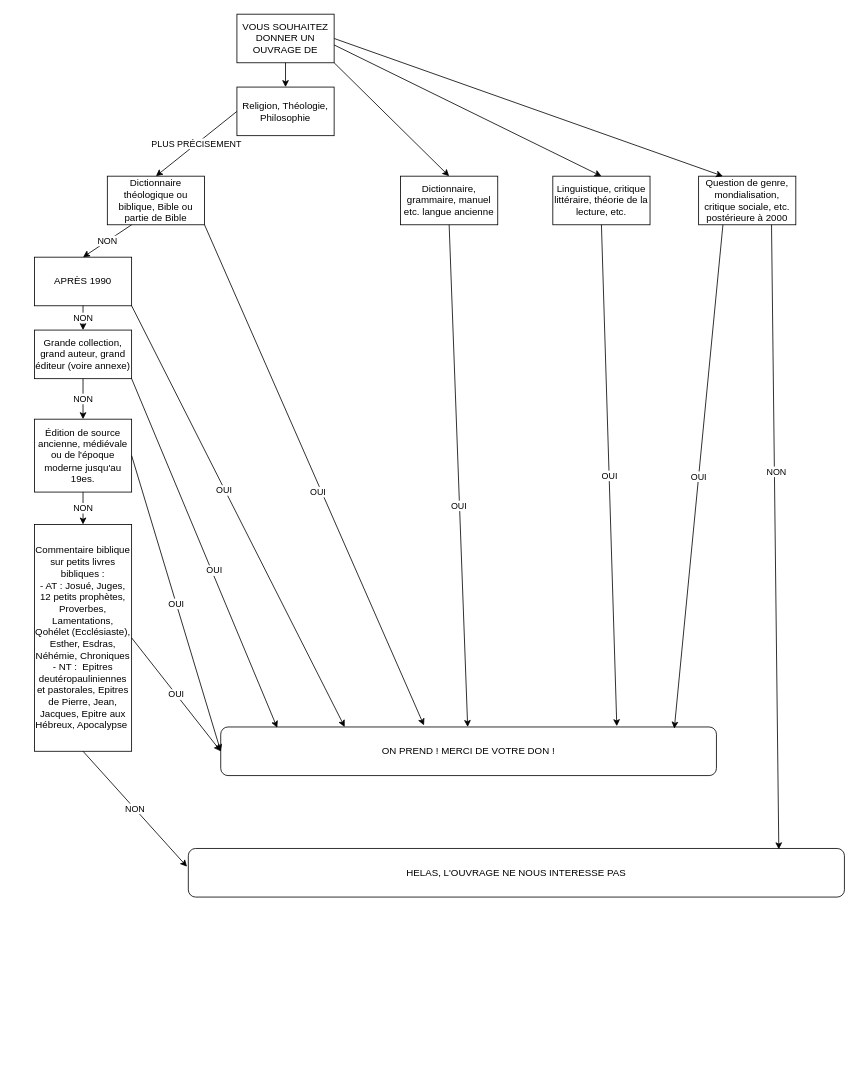
CLCFrancophone/guide_don keeps this draw.io diagram as diagramme.drawio. Above is the earlier version. Source tidied: cells renumbered, new cells numbered last; positions are measured from the earlier drawing's top-left corner, leaving out a move shared by most shapes. Both pictures are drawn from the tidied source at 81%, with x=0, y=0 at pixel (34, 14).
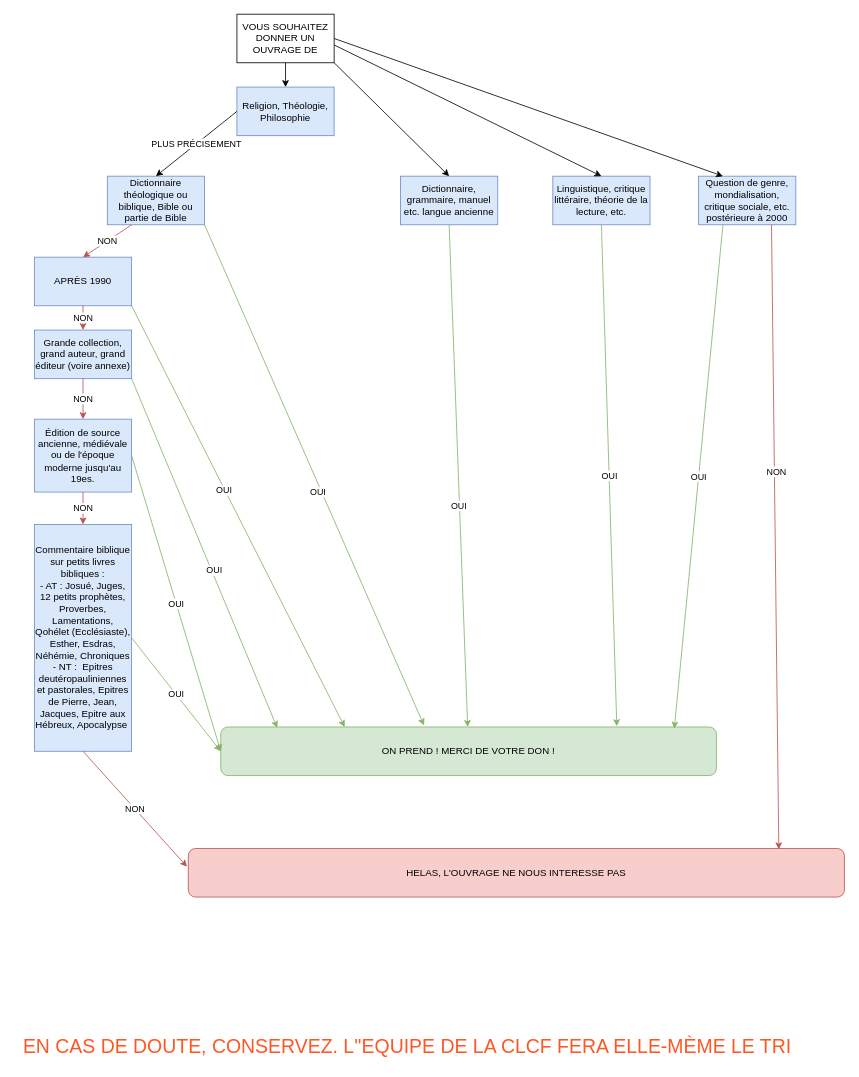
The same diagram, later.

Commit message (it also covers changes not shown here):
un peu de mise en forme

Change to the diagram source:
```diff
@@
-    <mxCell id="2" value="Religion, Théologie, Philosophie" style="rounded=0;whiteSpace=wrap;html=1;" parent="1" vertex="1">
+    <mxCell id="2" value="Religion, Théologie, Philosophie" style="rounded=0;whiteSpace=wrap;html=1;fillColor=#dae8fc;strokeColor=#6c8ebf;" parent="1" vertex="1">
       <mxGeometry x="250" y="90" width="120" height="60" as="geometry" />
     </mxCell>
-    <mxCell id="3" value="Dictionnaire, grammaire, manuel etc. langue ancienne" style="rounded=0;whiteSpace=wrap;html=1;" parent="1" vertex="1">
+    <mxCell id="3" value="Dictionnaire, grammaire, manuel etc. langue ancienne" style="rounded=0;whiteSpace=wrap;html=1;fillColor=#dae8fc;strokeColor=#6c8ebf;" parent="1" vertex="1">
       <mxGeometry x="452" y="200" width="120" height="60" as="geometry" />
     </mxCell>
-    <mxCell id="4" value="ON PREND ! MERCI DE VOTRE DON !" style="rounded=1;whiteSpace=wrap;html=1;" parent="1" vertex="1">
+    <mxCell id="4" value="ON PREND ! MERCI DE VOTRE DON !" style="rounded=1;whiteSpace=wrap;html=1;fillColor=#d5e8d4;strokeColor=#82b366;" parent="1" vertex="1">
       <mxGeometry x="230" y="880" width="612" height="60" as="geometry" />
     </mxCell>
-    <mxCell id="5" style="endArrow=classic;html=1;rounded=0;exitX=0.5;exitY=1;exitDx=0;exitDy=0;" parent="1" edge="1" source="3" target="4">
+    <mxCell id="5" style="endArrow=classic;html=1;rounded=0;exitX=0.5;exitY=1;exitDx=0;exitDy=0;fillColor=#d5e8d4;strokeColor=#82b366;" parent="1" edge="1" source="3" target="4">
       <mxGeometry relative="1" as="geometry" />
     </mxCell>
@@
-    <mxCell id="7" value="Dictionnaire théologique ou biblique, Bible ou partie de Bible" style="rounded=0;whiteSpace=wrap;html=1;" parent="1" vertex="1">
+    <mxCell id="7" value="Dictionnaire théologique ou biblique, Bible ou partie de Bible" style="rounded=0;whiteSpace=wrap;html=1;fillColor=#dae8fc;strokeColor=#6c8ebf;" parent="1" vertex="1">
       <mxGeometry x="90" y="200" width="120" height="60" as="geometry" />
     </mxCell>
-    <mxCell id="8" style="endArrow=classic;html=1;rounded=0;entryX=0.41;entryY=-0.033;entryDx=0;entryDy=0;entryPerimeter=0;exitX=1;exitY=1;exitDx=0;exitDy=0;" parent="1" edge="1" source="7" target="4">
+    <mxCell id="8" style="endArrow=classic;html=1;rounded=0;entryX=0.41;entryY=-0.033;entryDx=0;entryDy=0;entryPerimeter=0;exitX=1;exitY=1;exitDx=0;exitDy=0;fillColor=#d5e8d4;strokeColor=#82b366;" parent="1" edge="1" source="7" target="4">
       <mxGeometry relative="1" as="geometry" />
     </mxCell>
@@
-    <mxCell id="11" value="APRÈS 1990" style="rounded=0;whiteSpace=wrap;html=1;" parent="1" vertex="1">
+    <mxCell id="11" value="APRÈS 1990" style="rounded=0;whiteSpace=wrap;html=1;fillColor=#dae8fc;strokeColor=#6c8ebf;" parent="1" vertex="1">
       <mxGeometry y="300" width="120" height="60" as="geometry" />
     </mxCell>
-    <mxCell id="12" value="NON" style="endArrow=classic;html=1;rounded=0;entryX=0.5;entryY=0;entryDx=0;entryDy=0;exitX=0.25;exitY=1;exitDx=0;exitDy=0;" parent="1" edge="1" source="7" target="11">
+    <mxCell id="12" value="NON" style="endArrow=classic;html=1;rounded=0;entryX=0.5;entryY=0;entryDx=0;entryDy=0;exitX=0.25;exitY=1;exitDx=0;exitDy=0;fillColor=#f8cecc;strokeColor=#b85450;" parent="1" edge="1" source="7" target="11">
       <mxGeometry relative="1" as="geometry" />
     </mxCell>
-    <mxCell id="13" style="endArrow=classic;html=1;rounded=0;exitX=1;exitY=1;exitDx=0;exitDy=0;entryX=0.25;entryY=0;entryDx=0;entryDy=0;" parent="1" edge="1" source="11" target="4">
+    <mxCell id="13" style="endArrow=classic;html=1;rounded=0;exitX=1;exitY=1;exitDx=0;exitDy=0;entryX=0.25;entryY=0;entryDx=0;entryDy=0;fillColor=#d5e8d4;strokeColor=#82b366;" parent="1" edge="1" source="11" target="4">
       <mxGeometry relative="1" as="geometry" />
     </mxCell>
@@
-    <mxCell id="15" value="Grande collection, grand auteur, grand éditeur (voire annexe)" style="rounded=0;whiteSpace=wrap;html=1;" parent="1" vertex="1">
+    <mxCell id="15" value="Grande collection, grand auteur, grand éditeur (voire annexe)" style="rounded=0;whiteSpace=wrap;html=1;fillColor=#dae8fc;strokeColor=#6c8ebf;" parent="1" vertex="1">
       <mxGeometry y="390" width="120" height="60" as="geometry" />
     </mxCell>
-    <mxCell id="16" style="endArrow=classic;html=1;rounded=0;entryX=0.114;entryY=0.017;entryDx=0;entryDy=0;entryPerimeter=0;exitX=1;exitY=1;exitDx=0;exitDy=0;" parent="1" edge="1" source="15" target="4">
+    <mxCell id="16" style="endArrow=classic;html=1;rounded=0;entryX=0.114;entryY=0.017;entryDx=0;entryDy=0;entryPerimeter=0;exitX=1;exitY=1;exitDx=0;exitDy=0;fillColor=#d5e8d4;strokeColor=#82b366;" parent="1" edge="1" source="15" target="4">
       <mxGeometry relative="1" as="geometry" />
     </mxCell>
@@
-    <mxCell id="18" value="NON" style="endArrow=classic;html=1;rounded=0;entryX=0.5;entryY=0;entryDx=0;entryDy=0;" parent="1" edge="1" source="11" target="15">
+    <mxCell id="18" value="NON" style="endArrow=classic;html=1;rounded=0;entryX=0.5;entryY=0;entryDx=0;entryDy=0;fillColor=#f8cecc;strokeColor=#b85450;" parent="1" edge="1" source="11" target="15">
       <mxGeometry relative="1" as="geometry" />
     </mxCell>
-    <mxCell id="19" value="Édition de source ancienne, médiévale ou de l'époque moderne jusqu'au 19es. " style="rounded=0;whiteSpace=wrap;html=1;" parent="1" vertex="1">
+    <mxCell id="19" value="Édition de source ancienne, médiévale ou de l'époque moderne jusqu'au 19es. " style="rounded=0;whiteSpace=wrap;html=1;fillColor=#dae8fc;strokeColor=#6c8ebf;" parent="1" vertex="1">
       <mxGeometry y="500" width="120" height="90" as="geometry" />
     </mxCell>
-    <mxCell id="20" value="NON" style="endArrow=classic;html=1;rounded=0;entryX=0.5;entryY=0;entryDx=0;entryDy=0;exitX=0.5;exitY=1;exitDx=0;exitDy=0;" parent="1" edge="1" source="15" target="19">
+    <mxCell id="20" value="NON" style="endArrow=classic;html=1;rounded=0;entryX=0.5;entryY=0;entryDx=0;entryDy=0;exitX=0.5;exitY=1;exitDx=0;exitDy=0;fillColor=#f8cecc;strokeColor=#b85450;" parent="1" edge="1" source="15" target="19">
       <mxGeometry relative="1" as="geometry" />
     </mxCell>
-    <mxCell id="21" value="OUI" style="endArrow=classic;html=1;rounded=0;entryX=0;entryY=0.5;entryDx=0;entryDy=0;exitX=1;exitY=0.5;exitDx=0;exitDy=0;" parent="1" edge="1" source="19" target="4">
+    <mxCell id="21" value="OUI" style="endArrow=classic;html=1;rounded=0;entryX=0;entryY=0.5;entryDx=0;entryDy=0;exitX=1;exitY=0.5;exitDx=0;exitDy=0;fillColor=#d5e8d4;strokeColor=#82b366;" parent="1" edge="1" source="19" target="4">
       <mxGeometry relative="1" as="geometry" />
     </mxCell>
-    <mxCell id="22" value="HELAS, L'OUVRAGE NE NOUS INTERESSE PAS" style="rounded=1;whiteSpace=wrap;html=1;" parent="1" vertex="1">
+    <mxCell id="22" value="HELAS, L'OUVRAGE NE NOUS INTERESSE PAS" style="rounded=1;whiteSpace=wrap;html=1;fillColor=#f8cecc;strokeColor=#b85450;" parent="1" vertex="1">
       <mxGeometry x="190" y="1030" width="810" height="60" as="geometry" />
     </mxCell>
-    <mxCell id="23" value="NON" style="endArrow=classic;html=1;rounded=0;entryX=0.5;entryY=0;entryDx=0;entryDy=0;exitX=0.5;exitY=1;exitDx=0;exitDy=0;" parent="1" edge="1" source="19" target="36">
+    <mxCell id="23" value="NON" style="endArrow=classic;html=1;rounded=0;entryX=0.5;entryY=0;entryDx=0;entryDy=0;exitX=0.5;exitY=1;exitDx=0;exitDy=0;fillColor=#f8cecc;strokeColor=#b85450;" parent="1" edge="1" source="19" target="36">
       <mxGeometry relative="1" as="geometry" />
     </mxCell>
-    <mxCell id="24" value="Linguistique, critique littéraire, théorie de la lecture, etc." style="rounded=0;whiteSpace=wrap;html=1;" parent="1" vertex="1">
+    <mxCell id="24" value="Linguistique, critique littéraire, théorie de la lecture, etc." style="rounded=0;whiteSpace=wrap;html=1;fillColor=#dae8fc;strokeColor=#6c8ebf;" parent="1" vertex="1">
       <mxGeometry x="640" y="200" width="120" height="60" as="geometry" />
     </mxCell>
-    <mxCell id="25" value="OUI" style="endArrow=classic;html=1;rounded=0;entryX=0.799;entryY=-0.017;entryDx=0;entryDy=0;entryPerimeter=0;exitX=0.5;exitY=1;exitDx=0;exitDy=0;" parent="1" edge="1" source="24" target="4">
+    <mxCell id="25" value="OUI" style="endArrow=classic;html=1;rounded=0;entryX=0.799;entryY=-0.017;entryDx=0;entryDy=0;entryPerimeter=0;exitX=0.5;exitY=1;exitDx=0;exitDy=0;fillColor=#d5e8d4;strokeColor=#82b366;" parent="1" edge="1" source="24" target="4">
       <mxGeometry relative="1" as="geometry" />
     </mxCell>
-    <mxCell id="26" value="Question de genre, mondialisation, critique sociale, etc. postérieure à 2000" style="rounded=0;whiteSpace=wrap;html=1;" parent="1" vertex="1">
+    <mxCell id="26" value="Question de genre, mondialisation, critique sociale, etc. postérieure à 2000" style="rounded=0;whiteSpace=wrap;html=1;fillColor=#dae8fc;strokeColor=#6c8ebf;" parent="1" vertex="1">
       <mxGeometry x="820" y="200" width="120" height="60" as="geometry" />
     </mxCell>
-    <mxCell id="27" value="OUI" style="endArrow=classic;html=1;rounded=0;exitX=0.25;exitY=1;exitDx=0;exitDy=0;entryX=0.915;entryY=0.033;entryDx=0;entryDy=0;entryPerimeter=0;" parent="1" edge="1" source="26" target="4">
+    <mxCell id="27" value="OUI" style="endArrow=classic;html=1;rounded=0;exitX=0.25;exitY=1;exitDx=0;exitDy=0;entryX=0.915;entryY=0.033;entryDx=0;entryDy=0;entryPerimeter=0;fillColor=#d5e8d4;strokeColor=#82b366;" parent="1" edge="1" source="26" target="4">
       <mxGeometry relative="1" as="geometry" />
     </mxCell>
-    <mxCell id="28" style="endArrow=classic;html=1;rounded=0;entryX=0.9;entryY=0.017;entryDx=0;entryDy=0;entryPerimeter=0;exitX=0.75;exitY=1;exitDx=0;exitDy=0;" parent="1" edge="1" source="26" target="22">
+    <mxCell id="28" style="endArrow=classic;html=1;rounded=0;entryX=0.9;entryY=0.017;entryDx=0;entryDy=0;entryPerimeter=0;exitX=0.75;exitY=1;exitDx=0;exitDy=0;fillColor=#f8cecc;strokeColor=#b85450;" parent="1" edge="1" source="26" target="22">
       <mxGeometry relative="1" as="geometry" />
     </mxCell>
@@
-    <mxCell id="36" value="Commentaire biblique sur petits livres bibliques :&lt;br&gt;- AT : Josué, Juges, 12 petits prophètes, Proverbes, Lamentations, Qohélet (Ecclésiaste), Esther, Esdras, Néhémie, Chroniques&lt;br&gt;- NT :&amp;nbsp; Epitres deutéropauliniennes et pastorales, Epitres de Pierre, Jean, Jacques, Epitre aux Hébreux, Apocalypse&amp;nbsp;" style="rounded=0;whiteSpace=wrap;html=1;" parent="1" vertex="1">
+    <mxCell id="36" value="Commentaire biblique sur petits livres bibliques :&lt;br&gt;- AT : Josué, Juges, 12 petits prophètes, Proverbes, Lamentations, Qohélet (Ecclésiaste), Esther, Esdras, Néhémie, Chroniques&lt;br&gt;- NT :&amp;nbsp; Epitres deutéropauliniennes et pastorales, Epitres de Pierre, Jean, Jacques, Epitre aux Hébreux, Apocalypse&amp;nbsp;" style="rounded=0;whiteSpace=wrap;html=1;fillColor=#dae8fc;strokeColor=#6c8ebf;" parent="1" vertex="1">
       <mxGeometry y="630" width="120" height="280" as="geometry" />
     </mxCell>
-    <mxCell id="37" value="OUI" style="endArrow=classic;html=1;rounded=0;entryX=0;entryY=0.5;entryDx=0;entryDy=0;exitX=1;exitY=0.5;exitDx=0;exitDy=0;" parent="1" edge="1" source="36" target="4">
+    <mxCell id="37" value="OUI" style="endArrow=classic;html=1;rounded=0;entryX=0;entryY=0.5;entryDx=0;entryDy=0;exitX=1;exitY=0.5;exitDx=0;exitDy=0;fillColor=#d5e8d4;strokeColor=#82b366;" parent="1" edge="1" source="36" target="4">
       <mxGeometry relative="1" as="geometry" />
     </mxCell>
-    <mxCell id="38" value="NON" style="endArrow=classic;html=1;rounded=0;entryX=-0.002;entryY=0.375;entryDx=0;entryDy=0;entryPerimeter=0;exitX=0.5;exitY=1;exitDx=0;exitDy=0;" parent="1" edge="1" source="36" target="22">
+    <mxCell id="38" value="NON" style="endArrow=classic;html=1;rounded=0;entryX=-0.002;entryY=0.375;entryDx=0;entryDy=0;entryPerimeter=0;exitX=0.5;exitY=1;exitDx=0;exitDy=0;fillColor=#f8cecc;strokeColor=#b85450;" parent="1" edge="1" source="36" target="22">
       <mxGeometry relative="1" as="geometry" />
     </mxCell>
+    <mxCell id="39" value="&lt;font color=&quot;#ff5724&quot; style=&quot;font-size: 24px;&quot;&gt;EN CAS DE DOUTE, CONSERVEZ. L''EQUIPE DE LA CLCF FERA ELLE-MÈME LE TRI&lt;/font&gt;" style="text;html=1;align=center;verticalAlign=middle;fillColor=none;strokeColor=none;rounded=0;" parent="1" vertex="1">
+      <mxGeometry x="-25" y="1255" width="970" height="40" as="geometry" />
+    </mxCell>
```
